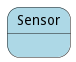
The PlantUML diagram docs/edgemere/cpl/pw/models/sensor/statenet.png in madajaju/edgemere, before a commit.
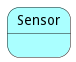
The same file after the commit.

Change to the diagram source:
```diff
@@ -2,7 +2,7 @@
 
 
 
-state Sensor #lightblue {
+state Sensor #aaffff {
 
 
 
```
